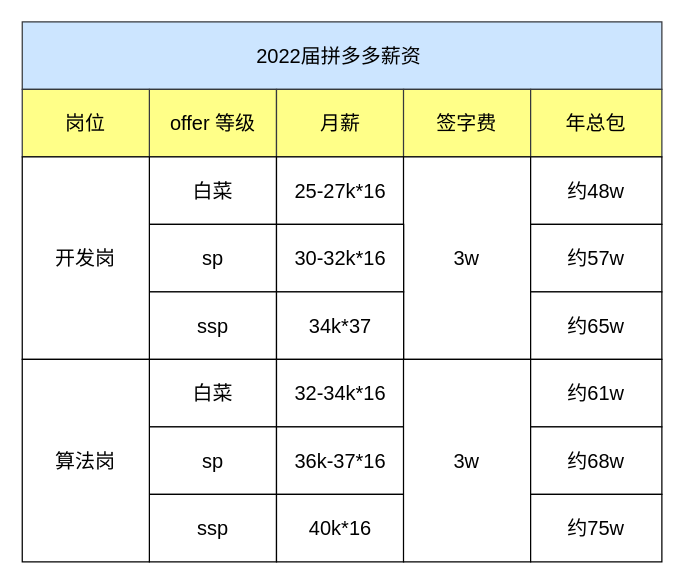
xiaolincoder/ImageHost4 keeps this draw.io diagram as 杂/拼多多.drawio. Above is the earlier version. Source tidied: cells renumbered, new cells numbered last; positions are measured from the earlier drawing's top-left corner, leaving out a move shared by most shapes. Both pictures are drawn from the tidied source at 125%, with x=0, y=0 at pixel (21, 21).
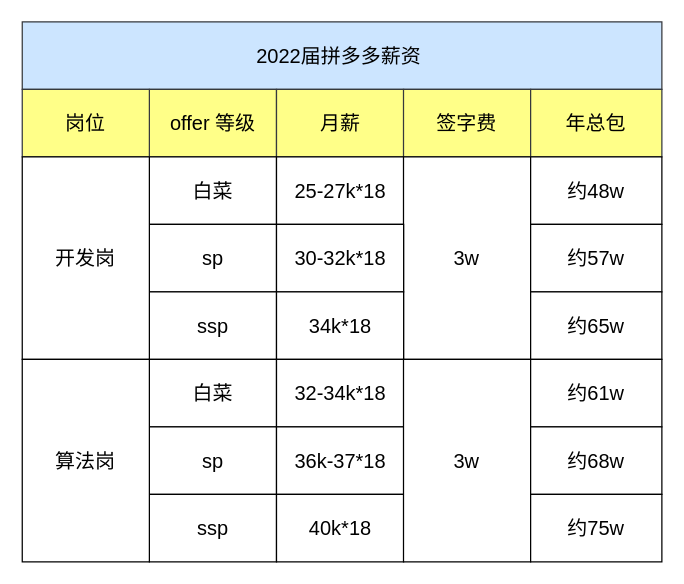
The same diagram, later.

Diff of the diagram source:
```diff
@@
-    <mxCell id="7" value="25-27k*16" style="rounded=0;whiteSpace=wrap;html=1;fontSize=16;" parent="1" vertex="1">
+    <mxCell id="7" value="25-27k*18" style="rounded=0;whiteSpace=wrap;html=1;fontSize=16;" parent="1" vertex="1">
       <mxGeometry x="203.7" y="108" width="101.7" height="54" as="geometry" />
     </mxCell>
@@
-    <mxCell id="10" value="30-32k*16" style="rounded=0;whiteSpace=wrap;html=1;fontSize=16;" parent="1" vertex="1">
+    <mxCell id="10" value="30-32k*18" style="rounded=0;whiteSpace=wrap;html=1;fontSize=16;" parent="1" vertex="1">
       <mxGeometry x="203.7" y="162" width="101.7" height="54" as="geometry" />
     </mxCell>
@@
-    <mxCell id="12" value="34k*37" style="rounded=0;whiteSpace=wrap;html=1;fontSize=16;" parent="1" vertex="1">
+    <mxCell id="12" value="34k*18" style="rounded=0;whiteSpace=wrap;html=1;fontSize=16;" parent="1" vertex="1">
       <mxGeometry x="203.7" y="216" width="101.7" height="54" as="geometry" />
     </mxCell>
@@
-    <mxCell id="18" value="32-34k*16" style="rounded=0;whiteSpace=wrap;html=1;fontSize=16;" parent="1" vertex="1">
+    <mxCell id="18" value="32-34k*18" style="rounded=0;whiteSpace=wrap;html=1;fontSize=16;" parent="1" vertex="1">
       <mxGeometry x="203.7" y="270" width="101.7" height="54" as="geometry" />
     </mxCell>
-    <mxCell id="19" value="36k-37*16" style="rounded=0;whiteSpace=wrap;html=1;fontSize=16;" parent="1" vertex="1">
+    <mxCell id="19" value="36k-37*18" style="rounded=0;whiteSpace=wrap;html=1;fontSize=16;" parent="1" vertex="1">
       <mxGeometry x="203.7" y="324" width="101.7" height="54" as="geometry" />
     </mxCell>
-    <mxCell id="20" value="40k*16" style="rounded=0;whiteSpace=wrap;html=1;fontSize=16;" parent="1" vertex="1">
+    <mxCell id="20" value="40k*18" style="rounded=0;whiteSpace=wrap;html=1;fontSize=16;" parent="1" vertex="1">
       <mxGeometry x="203.7" y="378" width="101.7" height="54" as="geometry" />
     </mxCell>
```
